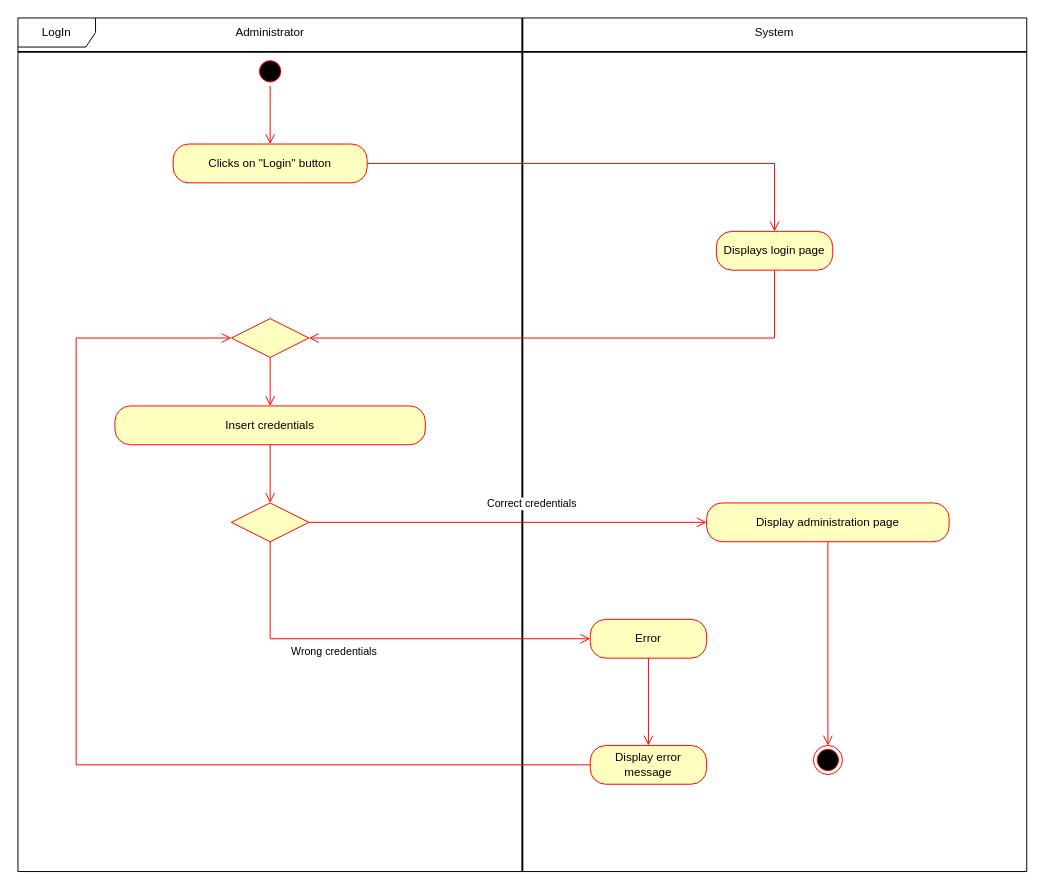
This is page "LogIn" (1 of 4) of Administrator.drawio from matteovisotto/SE2-CecchettoSirianiVisotto, a draw.io file, before an edit. Source tidied: cells renumbered, new cells numbered last; positions are measured from the earlier drawing's top-left corner, leaving out a move shared by most shapes. Both pictures are drawn from the tidied source at 97%, with x=0, y=0 at pixel (17, 17).
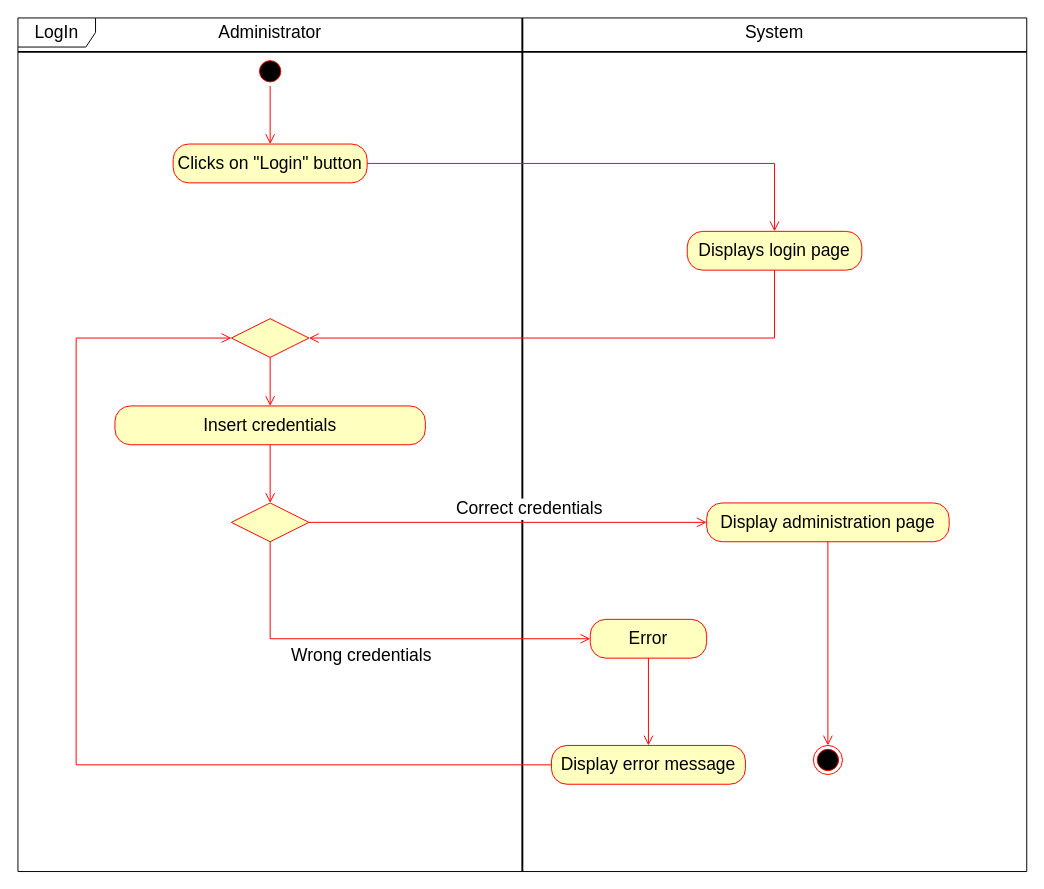
Above is the later version.

Unchanged cells that the change refers to:
```xml
<mxCell id="10" style="rhombus;whiteSpace=wrap;html=1;fillColor=#ffffc0;strokeColor=#ff0000;" parent="1" vertex="1">
  <mxGeometry x="220" y="500" width="80" height="40" as="geometry" />
</mxCell>
```

The edit, as a diff of the source:
```diff
@@
-    <mxCell id="2" value="LogIn" style="shape=umlFrame;whiteSpace=wrap;html=1;width=80;height=30;" parent="1" vertex="1">
+    <mxCell id="2" value="&lt;font style=&quot;font-size: 18px&quot;&gt;LogIn&lt;/font&gt;" style="shape=umlFrame;whiteSpace=wrap;html=1;width=80;height=30;" parent="1" vertex="1">
       <mxGeometry width="1040" height="880" as="geometry" />
     </mxCell>
@@
-    <mxCell id="8" value="Insert credentials" style="rounded=1;whiteSpace=wrap;html=1;arcSize=40;fontColor=#000000;fillColor=#ffffc0;strokeColor=#ff0000;" parent="1" vertex="1">
+    <mxCell id="8" value="&lt;font style=&quot;font-size: 18px&quot;&gt;Insert credentials&lt;/font&gt;" style="rounded=1;whiteSpace=wrap;html=1;arcSize=40;fontColor=#000000;fillColor=#ffffc0;strokeColor=#ff0000;" parent="1" vertex="1">
       <mxGeometry x="100" y="400" width="320" height="40" as="geometry" />
     </mxCell>
@@
-    <mxCell id="11" value="Correct credentials" style="edgeStyle=orthogonalEdgeStyle;html=1;align=left;verticalAlign=bottom;endArrow=open;endSize=8;strokeColor=#ff0000;rounded=0;" parent="1" edge="1" source="10" target="13">
-      <mxGeometry x="-0.11" y="10" relative="1" as="geometry" />
+    <mxCell id="11" value="&lt;font style=&quot;font-size: 18px&quot;&gt;Correct credentials&lt;/font&gt;" style="edgeStyle=orthogonalEdgeStyle;html=1;align=left;verticalAlign=bottom;endArrow=open;endSize=8;strokeColor=#ff0000;rounded=0;" parent="1" edge="1" source="10" target="13">
+      <mxGeometry x="-0.27" relative="1" as="geometry" />
     </mxCell>
-    <mxCell id="12" value="Wrong credentials" style="edgeStyle=orthogonalEdgeStyle;html=1;align=left;verticalAlign=top;endArrow=open;endSize=8;strokeColor=#ff0000;rounded=0;" parent="1" edge="1" source="10" target="21">
+    <mxCell id="12" value="&lt;font style=&quot;font-size: 18px&quot;&gt;Wrong credentials&lt;/font&gt;" style="edgeStyle=orthogonalEdgeStyle;html=1;align=left;verticalAlign=top;endArrow=open;endSize=8;strokeColor=#ff0000;rounded=0;" parent="1" edge="1" source="10" target="21">
       <mxGeometry x="-0.44" relative="1" as="geometry">
         <Array as="points">
           <mxPoint x="260" y="640" />
         </Array>
       </mxGeometry>
     </mxCell>
-    <mxCell id="13" value="Display administration page" style="rounded=1;whiteSpace=wrap;html=1;arcSize=40;fontColor=#000000;fillColor=#ffffc0;strokeColor=#ff0000;" parent="1" vertex="1">
+    <mxCell id="13" value="&lt;font style=&quot;font-size: 18px&quot;&gt;Display administration page&lt;/font&gt;" style="rounded=1;whiteSpace=wrap;html=1;arcSize=40;fontColor=#000000;fillColor=#ffffc0;strokeColor=#ff0000;" parent="1" vertex="1">
       <mxGeometry x="710" y="500" width="250" height="40" as="geometry" />
     </mxCell>
@@
-    <mxCell id="17" value="Administrator" style="text;html=1;strokeColor=none;fillColor=none;align=center;verticalAlign=middle;whiteSpace=wrap;rounded=0;" parent="1" vertex="1">
+    <mxCell id="17" value="&lt;font style=&quot;font-size: 18px&quot;&gt;Administrator&lt;/font&gt;" style="text;html=1;strokeColor=none;fillColor=none;align=center;verticalAlign=middle;whiteSpace=wrap;rounded=0;" parent="1" vertex="1">
       <mxGeometry x="200" width="120" height="30" as="geometry" />
     </mxCell>
-    <mxCell id="18" value="System" style="text;html=1;strokeColor=none;fillColor=none;align=center;verticalAlign=middle;whiteSpace=wrap;rounded=0;" parent="1" vertex="1">
+    <mxCell id="18" value="&lt;font style=&quot;font-size: 18px&quot;&gt;System&lt;/font&gt;" style="text;html=1;strokeColor=none;fillColor=none;align=center;verticalAlign=middle;whiteSpace=wrap;rounded=0;" parent="1" vertex="1">
       <mxGeometry x="750" width="60" height="30" as="geometry" />
     </mxCell>
-    <mxCell id="19" value="Display error message" style="rounded=1;whiteSpace=wrap;html=1;arcSize=40;fontColor=#000000;fillColor=#ffffc0;strokeColor=#ff0000;" parent="1" vertex="1">
-      <mxGeometry x="590" y="750" width="120" height="40" as="geometry" />
+    <mxCell id="19" value="&lt;font style=&quot;font-size: 18px&quot;&gt;Display error message&lt;/font&gt;" style="rounded=1;whiteSpace=wrap;html=1;arcSize=40;fontColor=#000000;fillColor=#ffffc0;strokeColor=#ff0000;" parent="1" vertex="1">
+      <mxGeometry x="550" y="750" width="200" height="40" as="geometry" />
     </mxCell>
@@
-    <mxCell id="21" value="Error" style="rounded=1;whiteSpace=wrap;html=1;arcSize=40;fontColor=#000000;fillColor=#ffffc0;strokeColor=#ff0000;" parent="1" vertex="1">
+    <mxCell id="21" value="&lt;font style=&quot;font-size: 18px&quot;&gt;Error&lt;/font&gt;" style="rounded=1;whiteSpace=wrap;html=1;arcSize=40;fontColor=#000000;fillColor=#ffffc0;strokeColor=#ff0000;" parent="1" vertex="1">
       <mxGeometry x="590" y="620" width="120" height="40" as="geometry" />
     </mxCell>
@@
-    <mxCell id="23" value="Clicks on &quot;Login&quot; button" style="rounded=1;whiteSpace=wrap;html=1;arcSize=40;fontColor=#000000;fillColor=#ffffc0;strokeColor=#ff0000;" parent="1" vertex="1">
+    <mxCell id="23" value="&lt;font style=&quot;font-size: 18px&quot;&gt;Clicks on &quot;Login&quot; button&lt;/font&gt;" style="rounded=1;whiteSpace=wrap;html=1;arcSize=40;fontColor=#000000;fillColor=#ffffc0;strokeColor=#ff0000;" parent="1" vertex="1">
       <mxGeometry x="160" y="130" width="200" height="40" as="geometry" />
     </mxCell>
@@
-    <mxCell id="25" value="Displays login page" style="rounded=1;whiteSpace=wrap;html=1;arcSize=40;fontColor=#000000;fillColor=#ffffc0;strokeColor=#ff0000;" parent="1" vertex="1">
-      <mxGeometry x="720" y="220" width="120" height="40" as="geometry" />
+    <mxCell id="25" value="&lt;font style=&quot;font-size: 18px&quot;&gt;Displays login page&lt;/font&gt;" style="rounded=1;whiteSpace=wrap;html=1;arcSize=40;fontColor=#000000;fillColor=#ffffc0;strokeColor=#ff0000;" parent="1" vertex="1">
+      <mxGeometry x="690" y="220" width="180" height="40" as="geometry" />
     </mxCell>
```
